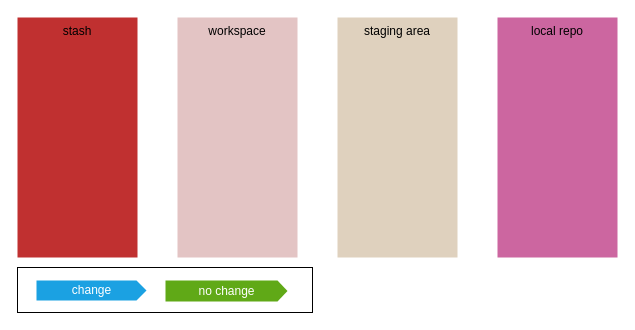
Above: images/GitAreas.drawio in vScherb/GitInternals (draw.io), before the change. Source tidied: cells renumbered, new cells numbered last; positions are measured from the earlier drawing's top-left corner, leaving out a move shared by most shapes. Both pictures are drawn from the tidied source at 100%, with x=0, y=0 at pixel (17, 17).
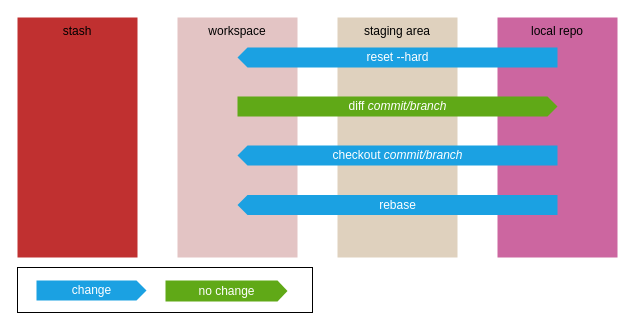
The same page after the edit.

Change to the diagram source:
```diff
@@
 <mxGraphModel>
   <root>
     <mxCell id="0" />
     <mxCell id="1" parent="0" />
     <mxCell id="2" value="workspace" style="rounded=0;whiteSpace=wrap;html=1;fillColor=#e3c4c4;strokeColor=none;verticalAlign=top;" parent="1" vertex="1">
       <mxGeometry x="160" width="120" height="240" as="geometry" />
     </mxCell>
     <mxCell id="3" value="staging area" style="rounded=0;whiteSpace=wrap;html=1;fillColor=#dfd1be;strokeColor=none;verticalAlign=top;" parent="1" vertex="1">
       <mxGeometry x="320" width="120" height="240" as="geometry" />
     </mxCell>
     <mxCell id="4" value="local repo" style="rounded=0;whiteSpace=wrap;html=1;fillColor=#cc66a0;strokeColor=none;verticalAlign=top;" parent="1" vertex="1">
       <mxGeometry x="480" width="120" height="240" as="geometry" />
     </mxCell>
     <mxCell id="5" value="stash" style="rounded=0;whiteSpace=wrap;html=1;fillColor=#c03030;strokeColor=none;verticalAlign=top;" parent="1" vertex="1">
       <mxGeometry width="120" height="240" as="geometry" />
     </mxCell>
+    <mxCell id="11" parent="0" />
+    <mxCell id="12" value="diff &lt;i&gt;commit/branch&lt;/i&gt;" style="html=1;shadow=0;dashed=0;align=center;verticalAlign=middle;shape=mxgraph.arrows2.arrow;dy=0;dx=10;notch=0;fillColor=#60a917;fontColor=#ffffff;strokeColor=none;" parent="11" vertex="1">
+      <mxGeometry x="220" y="79" width="320" height="20" as="geometry" />
+    </mxCell>
+    <mxCell id="13" value="reset --hard" style="shadow=0;dashed=0;align=center;verticalAlign=middle;shape=mxgraph.arrows2.arrow;dy=0;dx=10;notch=0;fillColor=#1ba1e2;rotation=0;html=1;horizontal=1;direction=west;strokeColor=none;fontColor=#ffffff;" parent="11" vertex="1">
+      <mxGeometry x="220" y="30" width="320" height="20" as="geometry" />
+    </mxCell>
+    <mxCell id="14" value="checkout &lt;i&gt;commit/branch&lt;/i&gt;" style="shadow=0;dashed=0;align=center;verticalAlign=middle;shape=mxgraph.arrows2.arrow;dy=0;dx=10;notch=0;fillColor=#1ba1e2;rotation=0;html=1;horizontal=1;direction=west;strokeColor=none;fontColor=#ffffff;" parent="11" vertex="1">
+      <mxGeometry x="220" y="128" width="320" height="20" as="geometry" />
+    </mxCell>
+    <mxCell id="15" value="rebase" style="shadow=0;dashed=0;align=center;verticalAlign=middle;shape=mxgraph.arrows2.arrow;dy=0;dx=10;notch=0;fillColor=#1ba1e2;rotation=0;html=1;horizontal=1;direction=west;strokeColor=none;fontColor=#ffffff;" parent="11" vertex="1">
+      <mxGeometry x="220" y="177.5" width="320" height="20" as="geometry" />
+    </mxCell>
     <mxCell id="6" parent="0" />
     <mxCell id="7" style="group;" parent="6" vertex="1">
       <mxGeometry y="250" width="295" height="45" as="geometry" />
     </mxCell>
     <mxCell id="8" style="rounded=0;whiteSpace=wrap;html=1;" parent="7" vertex="1">
       <mxGeometry width="295" height="45" as="geometry" />
     </mxCell>
     <mxCell id="9" value="no change" style="html=1;shadow=0;dashed=0;align=center;verticalAlign=middle;shape=mxgraph.arrows2.arrow;dy=0;dx=10;notch=0;fillColor=#60a917;fontColor=#ffffff;strokeColor=none;" parent="7" vertex="1">
       <mxGeometry x="148" y="13" width="122" height="21" as="geometry" />
     </mxCell>
     <mxCell id="10" value="change" style="html=1;shadow=0;dashed=0;align=center;verticalAlign=middle;shape=mxgraph.arrows2.arrow;dy=0;dx=10;notch=0;fillColor=#1ba1e2;fontColor=#ffffff;strokeColor=none;direction=east;" parent="7" vertex="1">
       <mxGeometry x="19" y="13" width="110" height="20" as="geometry" />
     </mxCell>
   </root>
 </mxGraphModel>
```
